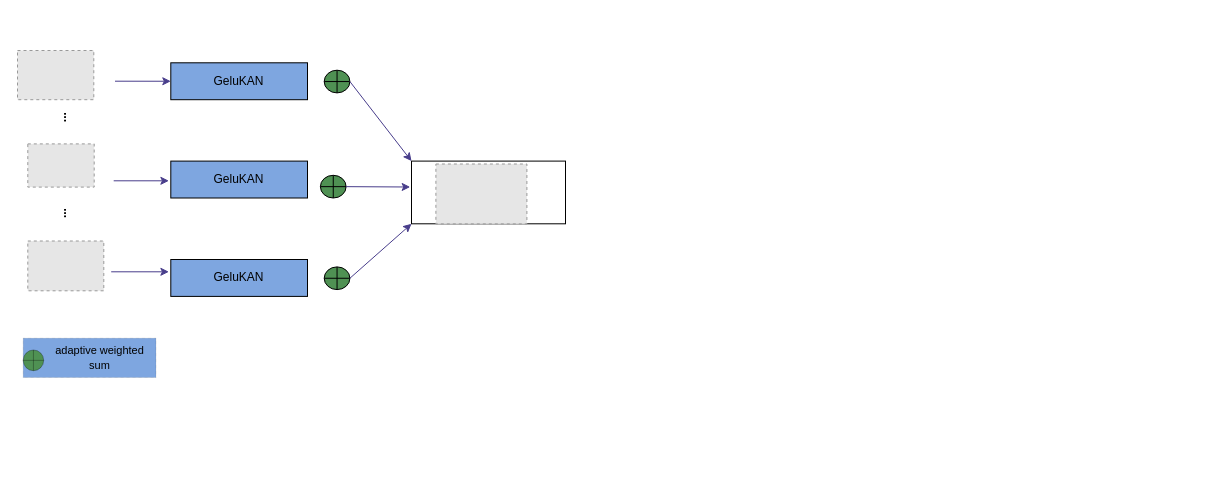
The draw.io diagram 频率混合.drawio in eriribot/myrepository, before the edit. Source tidied: cells renumbered, new cells numbered last; positions are measured from the earlier drawing's top-left corner, leaving out a move shared by most shapes. Both pictures are drawn from the tidied source at 100%, with x=0, y=0 at pixel (17, 50). Pictures stored in the file or linked from it are replaced by grey dashed boxes.
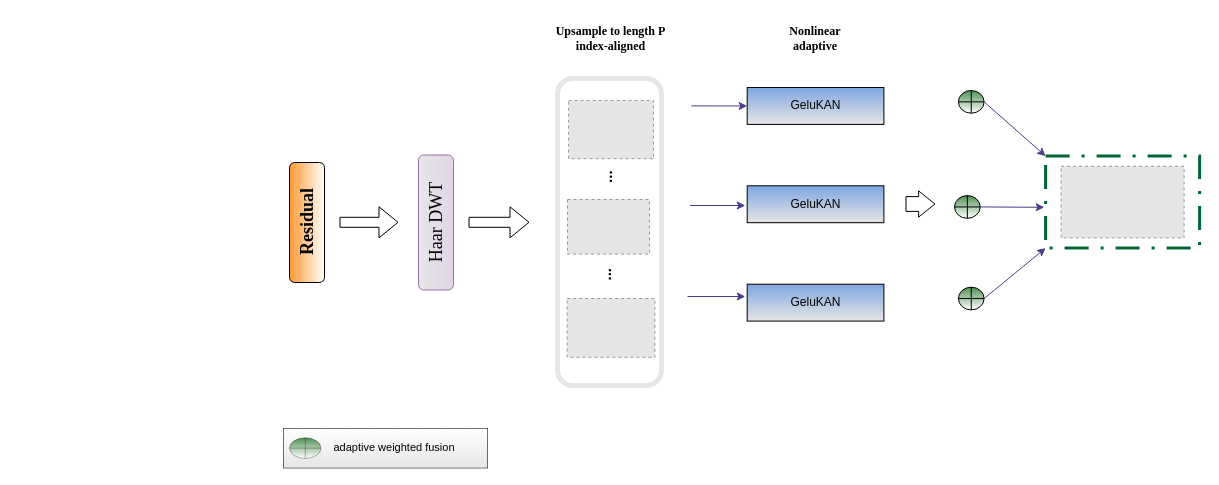
After the change.

Commit message:
更新频率混合.drawio

What changed in the source:
```diff
@@
-    <mxCell id="2" style="group;" parent="1" vertex="1">
-      <mxGeometry width="548" height="327" as="geometry" />
-    </mxCell>
-    <mxCell id="3" style="fillColor=#E6E6E6;strokeColor=#999999;dashed=1;verticalLabelPosition=bottom;labelBackgroundColor=default;verticalAlign=top;" parent="2" vertex="1">
-      <mxGeometry x="10.3" y="93.4" width="66.4" height="43.2" as="geometry" />
-    </mxCell>
-    <mxCell id="4" style="fillColor=#E6E6E6;strokeColor=#999999;dashed=1;verticalLabelPosition=bottom;labelBackgroundColor=default;verticalAlign=top;" parent="2" vertex="1">
-      <mxGeometry x="10.3" y="190.5" width="76" height="49.8" as="geometry" />
-    </mxCell>
-    <mxCell id="5" value="..." style="text;html=1;align=center;verticalAlign=middle;whiteSpace=wrap;rounded=0;horizontal=0;fontStyle=1;" parent="2" vertex="1">
-      <mxGeometry x="6.5" y="49.2" width="77" height="36.9" as="geometry" />
-    </mxCell>
-    <mxCell id="6" value="..." style="text;html=1;align=center;verticalAlign=middle;whiteSpace=wrap;rounded=0;horizontal=0;fontStyle=1;" parent="2" vertex="1">
-      <mxGeometry x="6.5" y="145.1" width="77" height="36.9" as="geometry" />
-    </mxCell>
+    <mxCell id="25" style="rounded=1;whiteSpace=wrap;html=1;direction=south;gradientColor=none;strokeColor=#E6E6E6;strokeWidth=5;" parent="1" vertex="1">
+      <mxGeometry x="540" y="28" width="104" height="307" as="geometry" />
+    </mxCell>
+    <mxCell id="26" value="&lt;font style=&quot;font-size: 18px;&quot; face=&quot;Times New Roman&quot;&gt;&lt;b style=&quot;&quot;&gt;Residual&lt;/b&gt;&lt;/font&gt;" style="rounded=1;whiteSpace=wrap;html=1;direction=south;align=center;horizontal=0;gradientColor=#FF9933;" parent="1" vertex="1">
+      <mxGeometry x="272" y="112" width="35" height="120" as="geometry" />
+    </mxCell>
+    <mxCell id="27" style="shape=flexArrow;endArrow=classic;html=1;rounded=0;" parent="1" edge="1">
+      <mxGeometry relative="1" as="geometry">
+        <mxPoint x="322" y="171.8" as="sourcePoint" />
+        <mxPoint x="381" y="171.8" as="targetPoint" />
+      </mxGeometry>
+    </mxCell>
+    <mxCell id="28" value="&lt;font style=&quot;font-size: 18px;&quot; face=&quot;Times New Roman&quot;&gt;Haar DWT&lt;/font&gt;" style="rounded=1;whiteSpace=wrap;html=1;horizontal=0;direction=south;fillColor=#e1d5e7;strokeColor=#9673a6;gradientColor=#E6E6E6;" parent="1" vertex="1">
+      <mxGeometry x="401" y="104.5" width="35" height="135" as="geometry" />
+    </mxCell>
+    <mxCell id="29" style="shape=flexArrow;endArrow=classic;html=1;rounded=0;" parent="1" edge="1">
+      <mxGeometry relative="1" as="geometry">
+        <mxPoint x="451" y="171.8" as="sourcePoint" />
+        <mxPoint x="512" y="171.8" as="targetPoint" />
+      </mxGeometry>
+    </mxCell>
-    <mxCell id="7" value="GeluKAN" style="rounded=0;whiteSpace=wrap;html=1;fillColor=#7EA6E0;" parent="2" vertex="1">
-      <mxGeometry x="153.3" y="12.3" width="136.7" height="36.9" as="geometry" />
+    <mxCell id="7" value="GeluKAN" style="rounded=0;whiteSpace=wrap;html=1;fillColor=#7EA6E0;gradientColor=#E6E6E6;" parent="1" vertex="1">
+      <mxGeometry x="729.7" y="37" width="136.7" height="36.9" as="geometry" />
     </mxCell>
-    <mxCell id="8" value="GeluKAN" style="rounded=0;whiteSpace=wrap;html=1;fillColor=#7EA6E0;" parent="2" vertex="1">
-      <mxGeometry x="153.3" y="110.6" width="136.7" height="36.9" as="geometry" />
+    <mxCell id="8" value="GeluKAN" style="rounded=0;whiteSpace=wrap;html=1;fillColor=#7EA6E0;gradientColor=#E6E6E6;gradientDirection=south;" parent="1" vertex="1">
+      <mxGeometry x="729.7" y="135.3" width="136.7" height="36.9" as="geometry" />
     </mxCell>
-    <mxCell id="9" value="GeluKAN" style="rounded=0;whiteSpace=wrap;html=1;fillColor=#7EA6E0;" parent="2" vertex="1">
-      <mxGeometry x="153.3" y="209" width="136.7" height="36.9" as="geometry" />
+    <mxCell id="9" value="GeluKAN" style="rounded=0;whiteSpace=wrap;html=1;fillColor=#7EA6E0;gradientColor=#E6E6E6;" parent="1" vertex="1">
+      <mxGeometry x="729.7" y="233.7" width="136.7" height="36.9" as="geometry" />
     </mxCell>
-    <mxCell id="10" style="endArrow=classic;html=1;rounded=0;entryX=0;entryY=0.5;entryDx=0;entryDy=0;strokeColor=#483D8B;" parent="2" edge="1" target="7">
+    <mxCell id="10" style="endArrow=classic;html=1;rounded=0;entryX=0;entryY=0.5;entryDx=0;entryDy=0;strokeColor=#483D8B;" parent="1" edge="1" target="7">
       <mxGeometry relative="1" as="geometry">
-        <mxPoint x="97.5" y="30.7" as="sourcePoint" />
+        <mxPoint x="673.9" y="55.4" as="sourcePoint" />
       </mxGeometry>
     </mxCell>
-    <mxCell id="11" style="endArrow=classic;html=1;rounded=0;strokeColor=#483D8B;" parent="2" edge="1">
+    <mxCell id="11" style="endArrow=classic;html=1;rounded=0;strokeColor=#483D8B;" parent="1" edge="1">
       <mxGeometry relative="1" as="geometry">
-        <mxPoint x="96.2" y="130.3" as="sourcePoint" />
-        <mxPoint x="151.4" y="130.3" as="targetPoint" />
+        <mxPoint x="672.6" y="155" as="sourcePoint" />
+        <mxPoint x="727.8" y="155" as="targetPoint" />
       </mxGeometry>
     </mxCell>
-    <mxCell id="12" style="endArrow=classic;html=1;rounded=0;strokeColor=#483D8B;" parent="2" edge="1">
+    <mxCell id="12" style="endArrow=classic;html=1;rounded=0;strokeColor=#483D8B;" parent="1" edge="1">
       <mxGeometry relative="1" as="geometry">
-        <mxPoint x="93.7" y="221.3" as="sourcePoint" />
-        <mxPoint x="151.4" y="221.3" as="targetPoint" />
+        <mxPoint x="670" y="246" as="sourcePoint" />
+        <mxPoint x="727.8" y="246" as="targetPoint" />
       </mxGeometry>
     </mxCell>
+    <mxCell id="30" value="&lt;b&gt;&lt;font face=&quot;Times New Roman&quot;&gt;Upsample to length P&lt;br&gt;index-aligned&lt;/font&gt;&lt;/b&gt;" style="text;html=1;align=center;verticalAlign=middle;strokeColor=none;fillColor=none;" parent="1" vertex="1">
+      <mxGeometry x="528.5" y="-33" width="128" height="42" as="geometry" />
+    </mxCell>
+    <mxCell id="31" value="&lt;b&gt;&lt;font face=&quot;Times New Roman&quot;&gt;Nonlinear adaptive&lt;/font&gt;&lt;/b&gt;" style="text;html=1;align=center;verticalAlign=middle;whiteSpace=wrap;rounded=0;" parent="1" vertex="1">
+      <mxGeometry x="768" y="-27.5" width="60" height="30" as="geometry" />
+    </mxCell>
+    <mxCell id="3" style="fillColor=#E6E6E6;strokeColor=#999999;dashed=1;verticalLabelPosition=bottom;labelBackgroundColor=default;verticalAlign=top;" parent="1" vertex="1">
+      <mxGeometry x="550" y="149" width="82" height="54.6" as="geometry" />
+    </mxCell>
+    <mxCell id="4" style="fillColor=#E6E6E6;strokeColor=#999999;dashed=1;verticalLabelPosition=bottom;labelBackgroundColor=default;verticalAlign=top;" parent="1" vertex="1">
+      <mxGeometry x="549.7" y="248" width="87.7" height="58.8" as="geometry" />
+    </mxCell>
+    <mxCell id="5" value="&lt;font style=&quot;font-size: 15px;&quot;&gt;...&lt;/font&gt;" style="text;html=1;align=center;verticalAlign=middle;whiteSpace=wrap;rounded=0;horizontal=0;fontStyle=1;" parent="1" vertex="1">
+      <mxGeometry x="550" y="108.2" width="77" height="36.9" as="geometry" />
+    </mxCell>
+    <mxCell id="6" value="&lt;font style=&quot;font-size: 15px;&quot;&gt;...&lt;/font&gt;" style="text;html=1;align=center;verticalAlign=middle;whiteSpace=wrap;rounded=0;horizontal=0;fontStyle=1;" parent="1" vertex="1">
+      <mxGeometry x="550" y="205.8" width="77" height="36.9" as="geometry" />
+    </mxCell>
+    <mxCell id="24" style="fillColor=#E6E6E6;strokeColor=#999999;dashed=1;verticalLabelPosition=bottom;labelBackgroundColor=default;verticalAlign=top;" parent="1" vertex="1">
+      <mxGeometry x="551.1" y="50" width="84.9" height="58.2" as="geometry" />
+    </mxCell>
+    <mxCell id="32" style="shape=flexArrow;endArrow=classic;html=1;rounded=0;width=14.807692307692307;endSize=5.13076923076923;endWidth=10.421597633136095;" parent="1" edge="1">
+      <mxGeometry relative="1" as="geometry">
+        <mxPoint x="888" y="153.5" as="sourcePoint" />
+        <mxPoint x="918" y="153.5" as="targetPoint" />
+      </mxGeometry>
+    </mxCell>
+    <mxCell id="33" style="group;" parent="1" vertex="1">
+      <mxGeometry x="937" y="40" width="245.1" height="219.4" as="geometry" />
+    </mxCell>
-    <mxCell id="13" style="rounded=0;whiteSpace=wrap;html=1;" parent="2" vertex="1">
-      <mxGeometry x="394" y="110.6" width="154" height="62.7" as="geometry" />
+    <mxCell id="13" style="rounded=0;whiteSpace=wrap;html=1;dashed=1;dashPattern=8 4 1 4;strokeWidth=3;strokeColor=#006633;" parent="33" vertex="1">
+      <mxGeometry x="91.1" y="65.6" width="154" height="92" as="geometry" />
     </mxCell>
-    <mxCell id="14" style="verticalLabelPosition=bottom;verticalAlign=top;html=1;shape=mxgraph.flowchart.summing_function;fillColor=#4F9153;" parent="2" vertex="1">
-      <mxGeometry x="306.7" y="19.7" width="25.7" height="22.7" as="geometry" />
+    <mxCell id="14" style="verticalLabelPosition=bottom;verticalAlign=top;html=1;shape=mxgraph.flowchart.summing_function;fillColor=#4F9153;gradientColor=#FFFFFF;" parent="33" vertex="1">
+      <mxGeometry x="3.9" width="25.7" height="22.7" as="geometry" />
     </mxCell>
-    <mxCell id="15" style="verticalLabelPosition=bottom;verticalAlign=top;html=1;shape=mxgraph.flowchart.summing_function;fillColor=#4F9153;" parent="2" vertex="1">
-      <mxGeometry x="302.9" y="124.8" width="25.7" height="22.7" as="geometry" />
+    <mxCell id="15" style="verticalLabelPosition=bottom;verticalAlign=top;html=1;shape=mxgraph.flowchart.summing_function;fillColor=#4F9153;gradientColor=#FFFFFF;" parent="33" vertex="1">
+      <mxGeometry y="105.1" width="25.7" height="22.7" as="geometry" />
     </mxCell>
-    <mxCell id="16" style="verticalLabelPosition=bottom;verticalAlign=top;html=1;shape=mxgraph.flowchart.summing_function;fillColor=#4F9153;" parent="2" vertex="1">
-      <mxGeometry x="306.7" y="216.4" width="25.7" height="22.7" as="geometry" />
+    <mxCell id="16" style="verticalLabelPosition=bottom;verticalAlign=top;html=1;shape=mxgraph.flowchart.summing_function;fillColor=#4F9153;gradientColor=#FFFFFF;" parent="33" vertex="1">
+      <mxGeometry x="3.9" y="196.7" width="25.7" height="22.7" as="geometry" />
     </mxCell>
-    <mxCell id="17" value="&lt;font style=&quot;font-size: 5px;&quot;&gt;&lt;br&gt;&lt;/font&gt;" style="rounded=0;whiteSpace=wrap;html=1;dashed=1;strokeWidth=0.2;fillColor=#7EA6E0;" parent="2" vertex="1">
-      <mxGeometry x="5.7" y="287.7" width="132.8" height="39.3" as="geometry" />
-    </mxCell>
-    <mxCell id="18" style="verticalLabelPosition=bottom;verticalAlign=top;html=1;shape=mxgraph.flowchart.summing_function;strokeWidth=0.3;fillColor=#4F9153;" parent="2" vertex="1">
-      <mxGeometry x="5.7" y="299.5" width="20.5" height="20.7" as="geometry" />
-    </mxCell>
-    <mxCell id="19" value="&lt;font face=&quot;Helvetica&quot; style=&quot;font-size: 11px;&quot;&gt;&lt;br style=&quot;&quot;&gt;&lt;span style=&quot;text-align: start; float: none; color: rgb(0, 0, 0); display: inline !important;&quot;&gt;adaptive weighted sum&lt;/span&gt;&lt;/font&gt;" style="text;html=1;align=center;verticalAlign=middle;whiteSpace=wrap;rounded=0;fillColor=none;" parent="2" vertex="1">
-      <mxGeometry x="30.8" y="294.8" width="102.7" height="10.1" as="geometry" />
-    </mxCell>
-    <mxCell id="20" style="endArrow=classic;html=1;rounded=0;exitX=1;exitY=0.5;exitDx=0;exitDy=0;exitPerimeter=0;entryX=0;entryY=0;entryDx=0;entryDy=0;strokeColor=#483D8B;" parent="2" edge="1" source="14" target="13">
+    <mxCell id="20" style="endArrow=classic;html=1;rounded=0;exitX=1;exitY=0.5;exitDx=0;exitDy=0;exitPerimeter=0;entryX=0;entryY=0;entryDx=0;entryDy=0;strokeColor=#483D8B;" parent="33" edge="1" source="14" target="13">
       <mxGeometry relative="1" as="geometry" />
     </mxCell>
-    <mxCell id="21" style="endArrow=classic;html=1;rounded=0;exitX=1;exitY=0.5;exitDx=0;exitDy=0;exitPerimeter=0;strokeColor=#483D8B;" parent="2" edge="1" source="15">
+    <mxCell id="21" style="endArrow=classic;html=1;rounded=0;exitX=1;exitY=0.5;exitDx=0;exitDy=0;exitPerimeter=0;strokeColor=#483D8B;" parent="33" edge="1" source="15">
       <mxGeometry relative="1" as="geometry">
-        <mxPoint x="392.7" y="136.5" as="targetPoint" />
+        <mxPoint x="89.8" y="116.8" as="targetPoint" />
       </mxGeometry>
     </mxCell>
-    <mxCell id="22" style="endArrow=classic;html=1;rounded=0;exitX=1;exitY=0.5;exitDx=0;exitDy=0;exitPerimeter=0;entryX=0;entryY=1;entryDx=0;entryDy=0;strokeColor=#483D8B;" parent="2" edge="1" source="16" target="13">
+    <mxCell id="22" style="endArrow=classic;html=1;rounded=0;exitX=1;exitY=0.5;exitDx=0;exitDy=0;exitPerimeter=0;entryX=0;entryY=1;entryDx=0;entryDy=0;strokeColor=#483D8B;" parent="33" edge="1" source="16" target="13">
       <mxGeometry relative="1" as="geometry" />
     </mxCell>
-    <mxCell id="23" style="fillColor=#E6E6E6;strokeColor=#999999;dashed=1;verticalLabelPosition=bottom;labelBackgroundColor=default;verticalAlign=top;" parent="2" vertex="1">
-      <mxGeometry x="418.4" y="113.5" width="91" height="59.9" as="geometry" />
+    <mxCell id="23" style="fillColor=#E6E6E6;strokeColor=#999999;dashed=1;verticalLabelPosition=bottom;labelBackgroundColor=default;verticalAlign=top;" parent="33" vertex="1">
+      <mxGeometry x="106.6" y="75.8" width="123" height="71.6" as="geometry" />
     </mxCell>
-    <mxCell id="24" style="fillColor=#E6E6E6;strokeColor=#999999;dashed=1;verticalLabelPosition=bottom;labelBackgroundColor=default;verticalAlign=top;" parent="2" vertex="1">
-      <mxGeometry width="76.3" height="49.2" as="geometry" />
-    </mxCell>
+    <mxCell id="34" style="group;" parent="1" vertex="1">
+      <mxGeometry x="266" y="378" width="204" height="39.3" as="geometry" />
+    </mxCell>
+    <mxCell id="35" style="group;fillColor=default;strokeColor=default;" parent="34" vertex="1">
+      <mxGeometry width="204" height="39.3" as="geometry" />
+    </mxCell>
+    <mxCell id="17" value="&lt;font style=&quot;font-size: 5px;&quot;&gt;&lt;br&gt;&lt;/font&gt;" style="rounded=0;whiteSpace=wrap;html=1;dashed=1;strokeWidth=0.2;fillColor=#FFFFFF;gradientColor=#E6E6E6;" parent="34" vertex="1">
+      <mxGeometry width="204" height="39.3" as="geometry" />
+    </mxCell>
+    <mxCell id="18" style="verticalLabelPosition=bottom;verticalAlign=top;html=1;shape=mxgraph.flowchart.summing_function;strokeWidth=0.3;fillColor=#4F9153;gradientColor=#FFFFFF;" parent="34" vertex="1">
+      <mxGeometry x="6" y="9.3" width="31.5" height="20.7" as="geometry" />
+    </mxCell>
+    <mxCell id="19" value="&lt;font face=&quot;Helvetica&quot; style=&quot;font-size: 11px;&quot;&gt;&lt;br style=&quot;&quot;&gt;&lt;span style=&quot;text-align: start; float: none; color: rgb(0, 0, 0); display: inline !important;&quot;&gt;adaptive weighted fusion&lt;/span&gt;&lt;/font&gt;" style="text;html=1;align=center;verticalAlign=middle;whiteSpace=wrap;rounded=0;fillColor=none;" parent="34" vertex="1">
+      <mxGeometry x="31.5" y="6.3" width="157.7" height="10.1" as="geometry" />
+    </mxCell>
```
